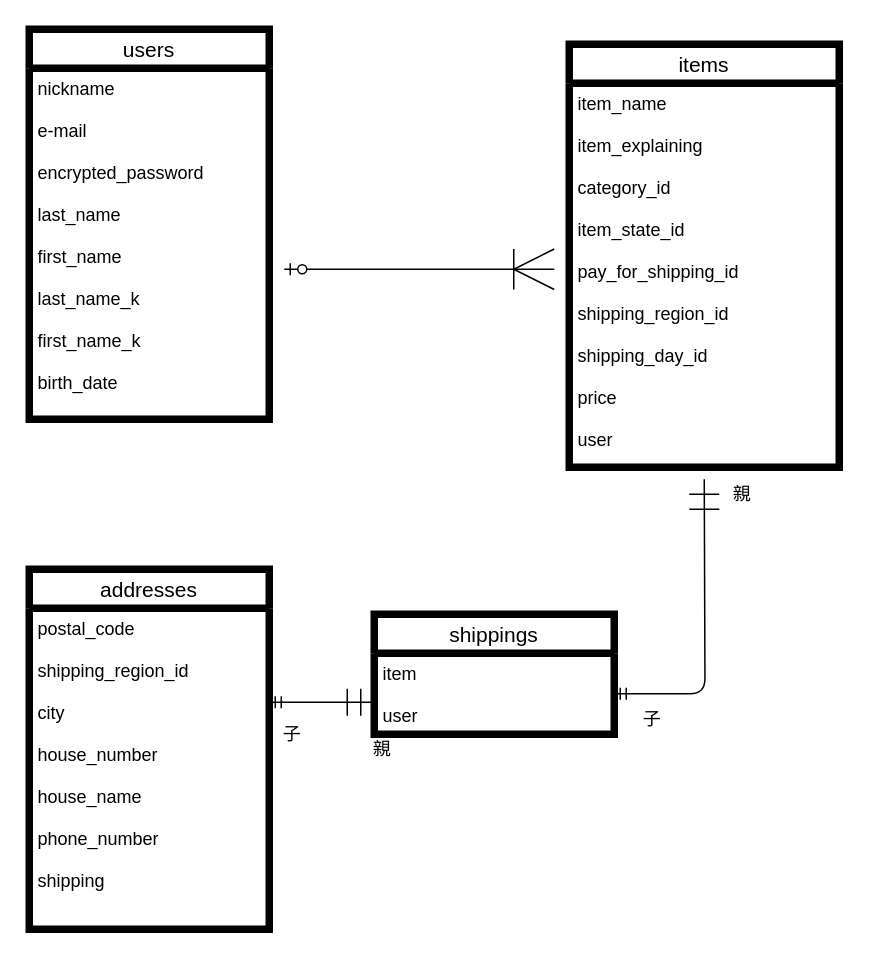
This is ER.dio from HEROHEROPA/furima-37895, a draw.io file, before an edit. Source tidied: cells renumbered, new cells numbered last; positions are measured from the earlier drawing's top-left corner, leaving out a move shared by most shapes. Both pictures are drawn from the tidied source at 150%, with x=0, y=0 at pixel (28, 28).
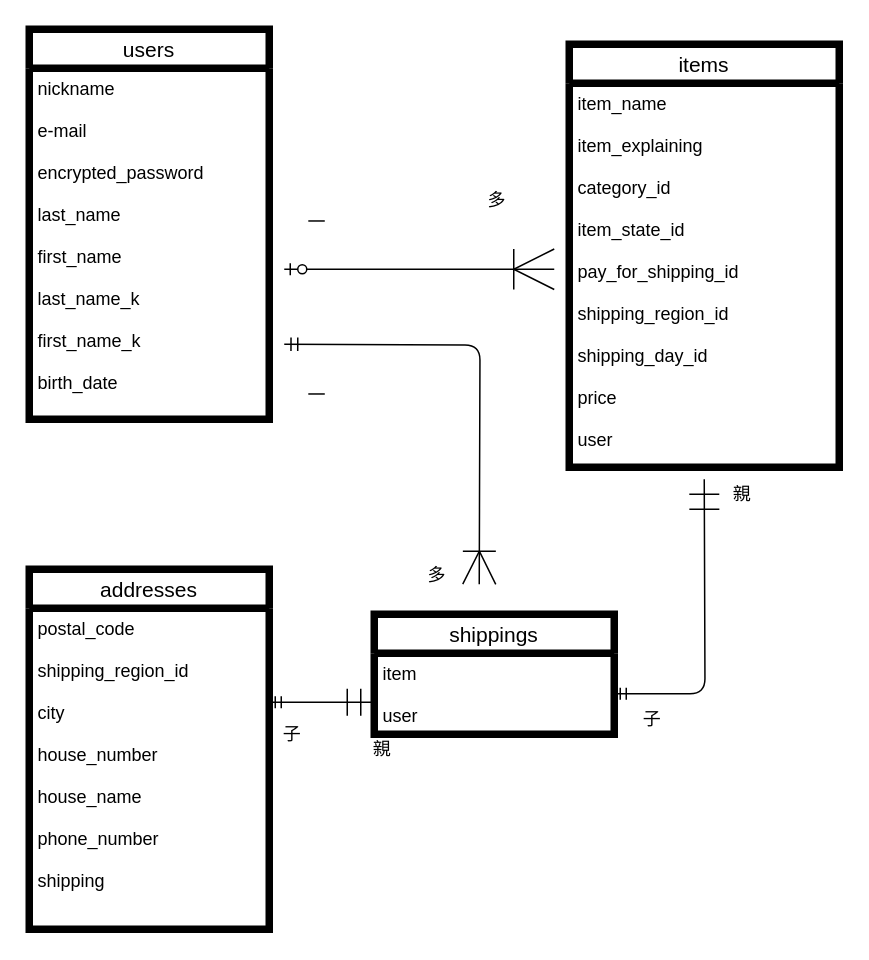
Above is the later version.

What changed in the source:
```diff
@@
+    <mxCell id="18" value="一" style="text;strokeColor=none;fillColor=none;spacingLeft=4;spacingRight=4;overflow=hidden;fontSize=12;" parent="1" vertex="1">
+      <mxGeometry x="180" y="115" width="40" height="30" as="geometry" />
+    </mxCell>
+    <mxCell id="19" value="多" style="text;strokeColor=none;fillColor=none;spacingLeft=4;spacingRight=4;overflow=hidden;fontSize=12;" parent="1" vertex="1">
+      <mxGeometry x="300" y="100" width="40" height="30" as="geometry" />
+    </mxCell>
+    <mxCell id="20" value="一" style="text;strokeColor=none;fillColor=none;spacingLeft=4;spacingRight=4;overflow=hidden;fontSize=12;" parent="1" vertex="1">
+      <mxGeometry x="180" y="230" width="40" height="30" as="geometry" />
+    </mxCell>
+    <mxCell id="21" value="多" style="text;strokeColor=none;fillColor=none;spacingLeft=4;spacingRight=4;overflow=hidden;fontSize=12;" parent="1" vertex="1">
+      <mxGeometry x="260" y="350" width="40" height="30" as="geometry" />
+    </mxCell>
+    <mxCell id="22" style="edgeStyle=orthogonalEdgeStyle;fontSize=12;html=1;endArrow=ERoneToMany;startArrow=ERmandOne;startSize=7;endSize=20;" parent="1" edge="1">
+      <mxGeometry relative="1" as="geometry">
+        <mxPoint x="170" y="210" as="sourcePoint" />
+        <mxPoint x="300" y="370" as="targetPoint" />
+      </mxGeometry>
+    </mxCell>
```
